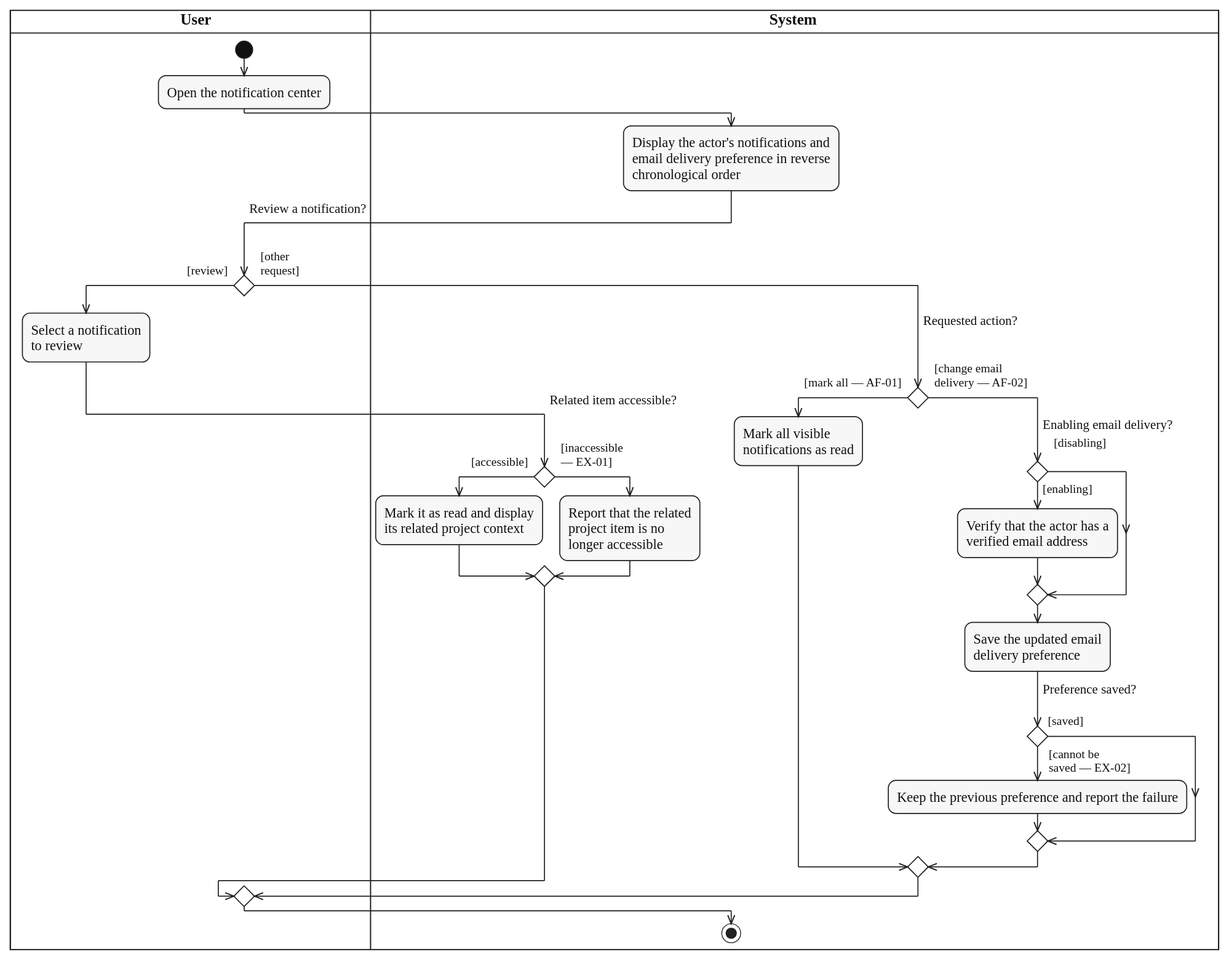
This is diagrams/activity/collaboration-notification/svg/UC-NOTIFICATIONS-REVIEW.svg from lukenab/swd392-doc-automation, a PlantUML export, as it was before one commit. Its source is kept beside it as diagrams/activity/collaboration-notification/source/UC-NOTIFICATIONS-REVIEW.puml.
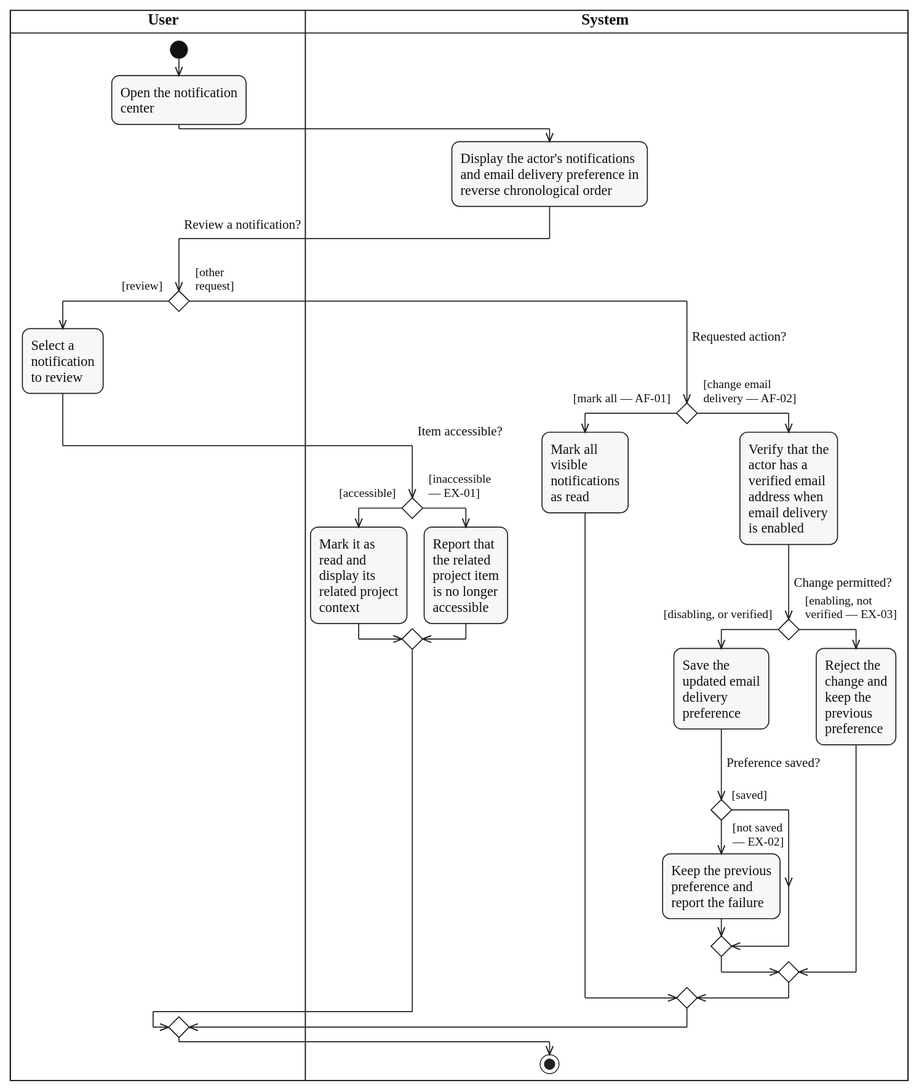
The same file after the commit.

Commit message:
fix(activity): add EX-03 and improve A4 legibility of UC-30 Review Notifications

PR #8 added EX-03 (email enabled without a verified address). AF-02.1 is
drawn with the YAML wording, followed by 'Change permitted?'. Narrower
wrapping brings the guard text from 4.6 pt to about 6.1 pt on A4.

Diff of the diagram source:
```diff
@@ -5,40 +5,62 @@
 
 |USR|
 start
-:Open the notification center;
+:Open the notification
+center;
 |SYS|
-:Display the actor's notifications and
-email delivery preference in reverse
-chronological order;
+:Display the actor's notifications
+and email delivery preference in
+reverse chronological order;
 |USR|
 if ($question_x("Review a notification?")) then ($guard_left("[review]"))
-  :Select a notification
+  :Select a
+  notification
   to review;
   |SYS|
-  if ($question_x("Related item accessible?")) then ($guard_left("[accessible]"))
-    :Mark it as read and display
-    its related project context;
+  if ($question_x("Item accessible?")) then ($guard_left("[accessible]"))
+    :Mark it as
+    read and
+    display its
+    related project
+    context;
   else ($guard_right("[inaccessible", "— EX-01]"))
-    :Report that the related
-    project item is no
-    longer accessible;
+    :Report that
+    the related
+    project item
+    is no longer
+    accessible;
   endif
 else ($guard_right("[other", "request]"))
   |SYS|
   if ($question_x("Requested action?")) then ($guard_left("[mark all — AF-01]"))
-    :Mark all visible
-    notifications as read;
+    :Mark all
+    visible
+    notifications
+    as read;
   else ($guard_right("[change email", "delivery — AF-02]"))
-    if ($question("Enabling email delivery?")) then ($guard_left("[enabling]"))
-      :Verify that the actor has a
-      verified email address;
-    else ($guard_right("[disabling]", ""))
-    endif
-    :Save the updated email
-    delivery preference;
-    if ($question("Preference saved?")) then ($guard_left("[saved]"))
-    else ($guard_right("[cannot be", "saved — EX-02]"))
-      :Keep the previous preference and report the failure;
+    :Verify that the
+    actor has a
+    verified email
+    address when
+    email delivery
+    is enabled;
+    if ($question("Change permitted?")) then ($guard_left("[disabling, or verified]"))
+      :Save the
+      updated email
+      delivery
+      preference;
+      if ($question("Preference saved?")) then ($guard_left("[saved]"))
+      else ($guard_right("[not saved", "— EX-02]"))
+        :Keep the previous
+        preference and
+        report the failure;
+      endif
+    else ($guard_right("[enabling, not", "verified — EX-03]"))
+      :Reject the
+      change and
+      keep the
+      previous
+      preference;
     endif
   endif
 endif
```
